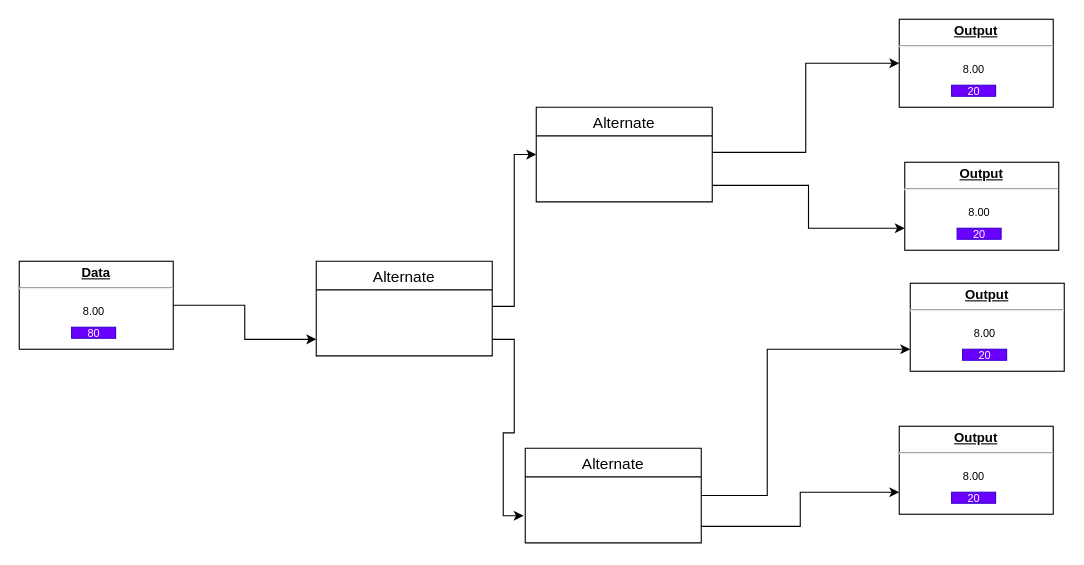
Earlier version of the draw.io diagram page "3" (3 of 9) of Math_Puzzles.drawio (CommanderFoo/Core-Visual-Node-Puzzles). Source tidied: cells renumbered, new cells numbered last; positions are measured from the earlier drawing's top-left corner, leaving out a move shared by most shapes. Both pictures are drawn from the tidied source at 110%, with x=0, y=0 at pixel (19, 19).
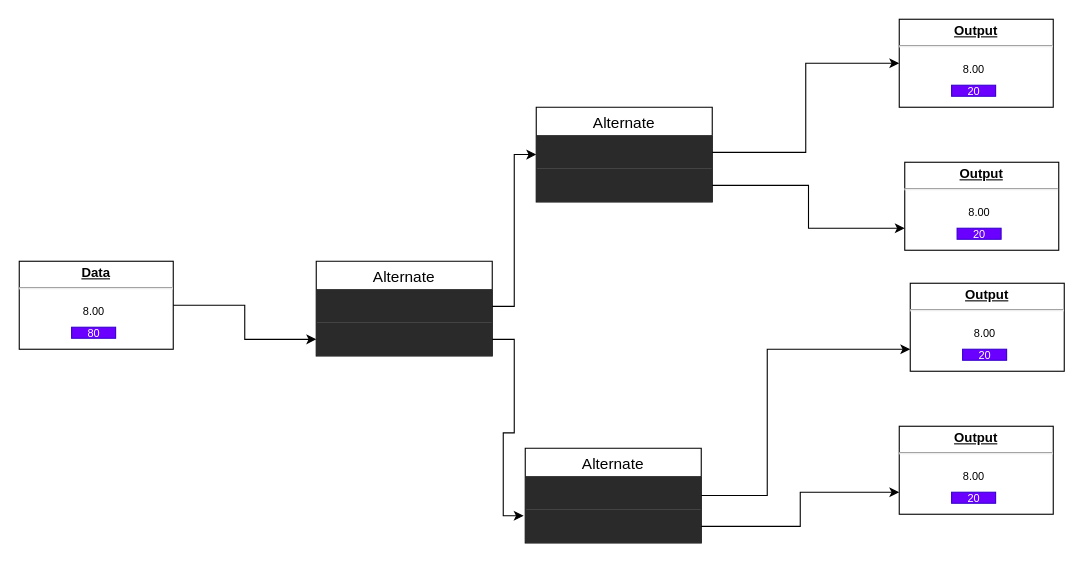
After the change.

The change refers to these unchanged cells:
```xml
<mxCell id="14" value="Alternate" style="swimlane;fontStyle=0;horizontal=1;startSize=26;align=center;fontSize=14;" parent="1" vertex="1">
  <mxGeometry x="270" y="220" width="160" height="86" as="geometry" />
</mxCell>
<mxCell id="22" value="Alternate" style="swimlane;fontStyle=0;horizontal=1;startSize=26;align=center;fontSize=14;" parent="1" vertex="1">
  <mxGeometry x="460" y="390" width="160" height="86" as="geometry" />
</mxCell>
<mxCell id="32" value="Alternate" style="swimlane;fontStyle=0;horizontal=1;startSize=26;align=center;fontSize=14;" parent="1" vertex="1">
  <mxGeometry x="470" y="80" width="160" height="86" as="geometry" />
</mxCell>
```

Change to the diagram source:
```diff
@@
-    <mxCell id="15" value=" " style="text;strokeColor=none;fillColor=none;spacingLeft=4;spacingRight=4;overflow=hidden;points=[[0,0.5],[1,0.5]];portConstraint=eastwest;fontSize=12;" parent="14" vertex="1">
+    <mxCell id="15" value=" " style="text;strokeColor=none;spacingLeft=4;spacingRight=4;overflow=hidden;points=[[0,0.5],[1,0.5]];portConstraint=eastwest;fontSize=12;fillColor=#2a2a2a;" parent="14" vertex="1">
       <mxGeometry y="26" width="160" height="30" as="geometry" />
     </mxCell>
-    <mxCell id="16" value=" " style="text;strokeColor=none;fillColor=none;spacingLeft=4;spacingRight=4;overflow=hidden;points=[[0,0.5],[1,0.5]];portConstraint=eastwest;fontSize=12;" parent="14" vertex="1">
+    <mxCell id="16" value=" " style="text;strokeColor=none;spacingLeft=4;spacingRight=4;overflow=hidden;points=[[0,0.5],[1,0.5]];portConstraint=eastwest;fontSize=12;fillColor=#2a2a2a;" parent="14" vertex="1">
       <mxGeometry y="56" width="160" height="30" as="geometry" />
     </mxCell>
@@
-    <mxCell id="23" value=" " style="text;strokeColor=none;fillColor=none;spacingLeft=4;spacingRight=4;overflow=hidden;fontSize=12;" parent="22" vertex="1">
+    <mxCell id="23" value=" " style="text;strokeColor=none;spacingLeft=4;spacingRight=4;overflow=hidden;fontSize=12;fillColor=#2a2a2a;" parent="22" vertex="1">
       <mxGeometry y="26" width="160" height="30" as="geometry" />
     </mxCell>
-    <mxCell id="24" value=" " style="text;strokeColor=none;fillColor=none;spacingLeft=4;spacingRight=4;overflow=hidden;points=[[0,0.5],[1,0.5]];portConstraint=eastwest;fontSize=12;" parent="22" vertex="1">
+    <mxCell id="24" value=" " style="text;strokeColor=none;spacingLeft=4;spacingRight=4;overflow=hidden;points=[[0,0.5],[1,0.5]];portConstraint=eastwest;fontSize=12;fillColor=#2a2a2a;" parent="22" vertex="1">
       <mxGeometry y="56" width="160" height="30" as="geometry" />
     </mxCell>
@@
-    <mxCell id="33" value=" " style="text;strokeColor=none;fillColor=none;spacingLeft=4;spacingRight=4;overflow=hidden;points=[[0,0.5],[1,0.5]];portConstraint=eastwest;fontSize=12;" parent="32" vertex="1">
+    <mxCell id="33" value=" " style="text;strokeColor=none;spacingLeft=4;spacingRight=4;overflow=hidden;points=[[0,0.5],[1,0.5]];portConstraint=eastwest;fontSize=12;fillColor=#2a2a2a;" parent="32" vertex="1">
       <mxGeometry y="26" width="160" height="30" as="geometry" />
     </mxCell>
-    <mxCell id="34" value=" " style="text;strokeColor=none;fillColor=none;spacingLeft=4;spacingRight=4;overflow=hidden;points=[[0,0.5],[1,0.5]];portConstraint=eastwest;fontSize=12;" parent="32" vertex="1">
+    <mxCell id="34" value=" " style="text;strokeColor=none;spacingLeft=4;spacingRight=4;overflow=hidden;points=[[0,0.5],[1,0.5]];portConstraint=eastwest;fontSize=12;fillColor=#2a2a2a;" parent="32" vertex="1">
       <mxGeometry y="56" width="160" height="30" as="geometry" />
     </mxCell>
```
